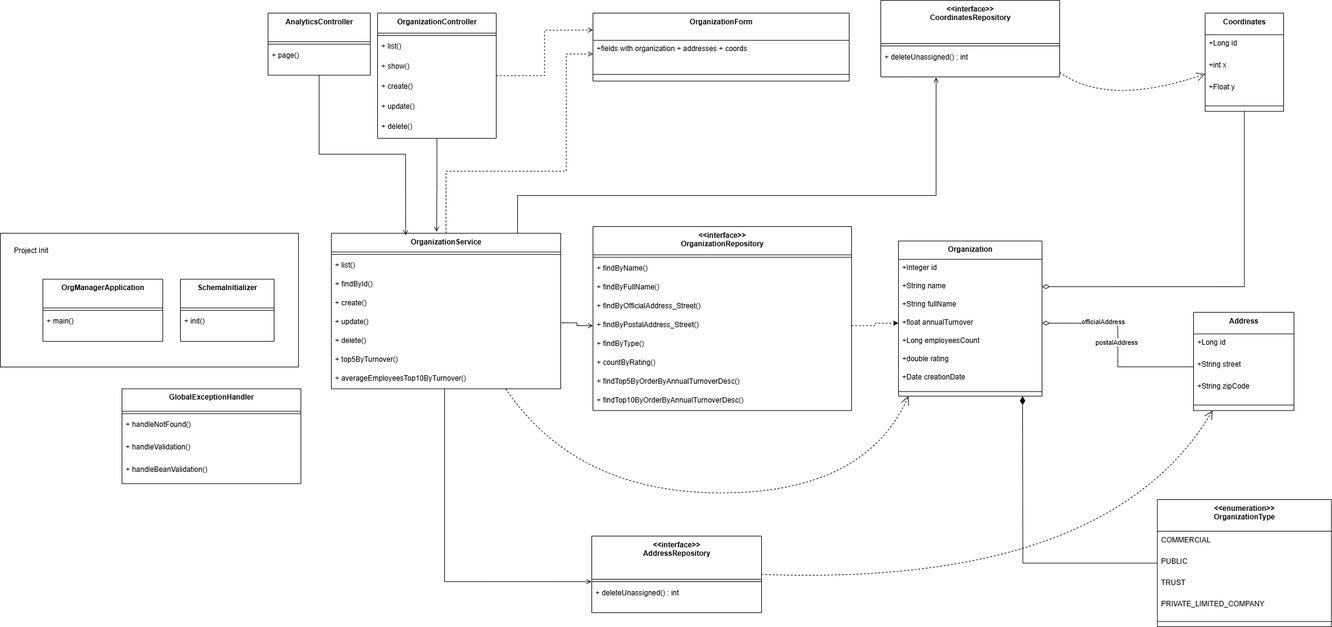
Earlier version of the draw.io export lab3/report/uml1.png (MrTheFall/study_is). Source tidied: cells renumbered, new cells last; positions are measured from the earlier drawing's top-left corner, leaving out a move shared by most shapes.
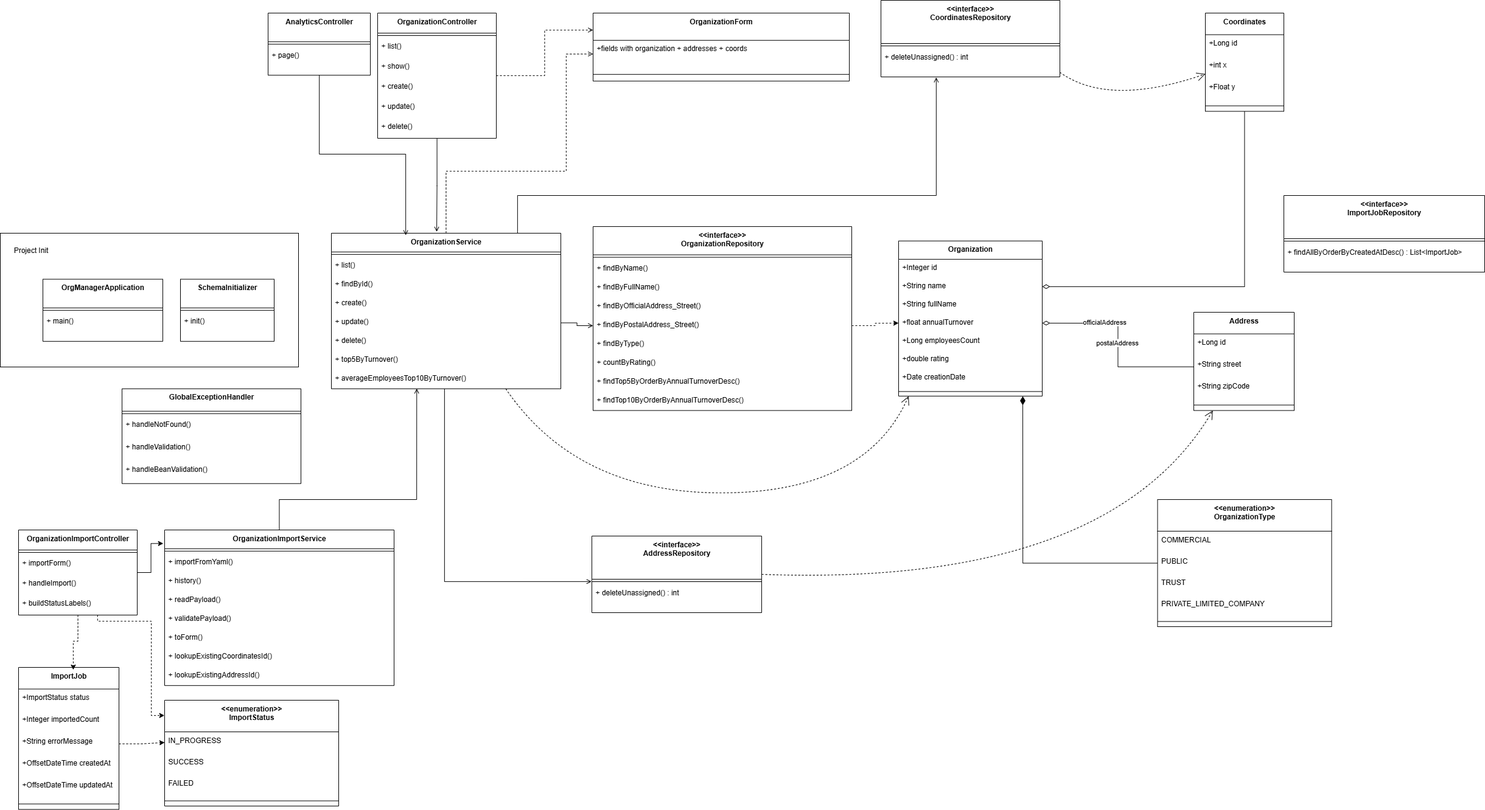
Above is the later version.

The edit, as a diff of the source:
```diff
@@ -308,5 +308,118 @@
     <mxCell id="93" value="postalAddress" style="edgeLabel;html=1;align=center;verticalAlign=middle;" parent="91" vertex="1">
       <mxGeometry x="0.03" y="3" relative="1" as="geometry" />
     </mxCell>
+    <mxCell id="94" value="&lt;&lt;interface&gt;&gt;&#10;ImportJobRepository" style="swimlane;fontStyle=1;align=center;verticalAlign=top;horizontal=1;startSize=71;" parent="1" vertex="1">
+      <mxGeometry x="2109" y="321" width="330" height="126" as="geometry" />
+    </mxCell>
+    <mxCell id="95" style="line;strokeWidth=1;fillColor=none;align=left;verticalAlign=middle;spacingTop=-1;spacingLeft=3;spacingRight=3;labelPosition=right;strokeColor=inherit;" parent="94" vertex="1">
+      <mxGeometry y="71" width="330" height="8" as="geometry" />
+    </mxCell>
+    <mxCell id="96" value="+ findAllByOrderByCreatedAtDesc() : List&lt;ImportJob&gt;" style="text;strokeColor=none;fillColor=none;align=left;verticalAlign=top;spacingLeft=4;spacingRight=4;overflow=hidden;" parent="94" vertex="1">
+      <mxGeometry y="79" width="330" height="47" as="geometry" />
+    </mxCell>
+    <mxCell id="97" value="OrganizationImportService" style="swimlane;fontStyle=1;align=center;verticalAlign=top;horizontal=1;startSize=30.823529411764707;" parent="1" vertex="1">
+      <mxGeometry x="270" y="871" width="377" height="255.8" as="geometry" />
+    </mxCell>
+    <mxCell id="98" style="line;strokeWidth=1;fillColor=none;align=left;verticalAlign=middle;spacingTop=-1;spacingLeft=3;spacingRight=3;labelPosition=right;strokeColor=inherit;" parent="97" vertex="1">
+      <mxGeometry y="30.8" width="377" height="8" as="geometry" />
+    </mxCell>
+    <mxCell id="99" value="+ importFromYaml()" style="text;strokeColor=none;fillColor=none;align=left;verticalAlign=top;spacingLeft=4;spacingRight=4;overflow=hidden;" parent="97" vertex="1">
+      <mxGeometry y="38.8" width="377" height="31" as="geometry" />
+    </mxCell>
+    <mxCell id="100" value="+ history()" style="text;strokeColor=none;fillColor=none;align=left;verticalAlign=top;spacingLeft=4;spacingRight=4;overflow=hidden;" parent="97" vertex="1">
+      <mxGeometry y="69.8" width="377" height="31" as="geometry" />
+    </mxCell>
+    <mxCell id="101" value="+ readPayload()" style="text;strokeColor=none;fillColor=none;align=left;verticalAlign=top;spacingLeft=4;spacingRight=4;overflow=hidden;" parent="97" vertex="1">
+      <mxGeometry y="100.8" width="377" height="31" as="geometry" />
+    </mxCell>
+    <mxCell id="102" value="+ validatePayload()" style="text;strokeColor=none;fillColor=none;align=left;verticalAlign=top;spacingLeft=4;spacingRight=4;overflow=hidden;" parent="97" vertex="1">
+      <mxGeometry y="131.8" width="377" height="31" as="geometry" />
+    </mxCell>
+    <mxCell id="103" value="+ toForm()" style="text;strokeColor=none;fillColor=none;align=left;verticalAlign=top;spacingLeft=4;spacingRight=4;overflow=hidden;" parent="97" vertex="1">
+      <mxGeometry y="162.8" width="377" height="31" as="geometry" />
+    </mxCell>
+    <mxCell id="104" value="+ lookupExistingCoordinatesId()" style="text;strokeColor=none;fillColor=none;align=left;verticalAlign=top;spacingLeft=4;spacingRight=4;overflow=hidden;" parent="97" vertex="1">
+      <mxGeometry y="193.8" width="377" height="31" as="geometry" />
+    </mxCell>
+    <mxCell id="105" value="+ lookupExistingAddressId()" style="text;strokeColor=none;fillColor=none;align=left;verticalAlign=top;spacingLeft=4;spacingRight=4;overflow=hidden;" parent="97" vertex="1">
+      <mxGeometry y="224.8" width="377" height="31" as="geometry" />
+    </mxCell>
+    <mxCell id="106" style="edgeStyle=orthogonalEdgeStyle;rounded=0;jettySize=auto;html=1;entryX=0.372;entryY=0.989;entryDx=0;entryDy=0;entryPerimeter=0;endArrow=open;endFill=0;" parent="1" edge="1" source="97" target="55">
+      <mxGeometry relative="1" as="geometry">
+        <Array as="points">
+          <mxPoint x="458" y="821" />
+          <mxPoint x="684" y="821" />
+        </Array>
+      </mxGeometry>
+    </mxCell>
+    <mxCell id="107" value="OrganizationImportController" style="swimlane;fontStyle=1;align=center;verticalAlign=top;horizontal=1;startSize=32.92307692307692;" parent="1" vertex="1">
+      <mxGeometry x="30" y="871" width="195" height="139.9" as="geometry" />
+    </mxCell>
+    <mxCell id="108" style="line;strokeWidth=1;fillColor=none;align=left;verticalAlign=middle;spacingTop=-1;spacingLeft=3;spacingRight=3;labelPosition=right;strokeColor=inherit;" parent="107" vertex="1">
+      <mxGeometry y="32.9" width="195" height="8" as="geometry" />
+    </mxCell>
+    <mxCell id="109" value="+ importForm()" style="text;strokeColor=none;fillColor=none;align=left;verticalAlign=top;spacingLeft=4;spacingRight=4;overflow=hidden;" parent="107" vertex="1">
+      <mxGeometry y="40.9" width="195" height="33" as="geometry" />
+    </mxCell>
+    <mxCell id="110" value="+ handleImport()" style="text;strokeColor=none;fillColor=none;align=left;verticalAlign=top;spacingLeft=4;spacingRight=4;overflow=hidden;" parent="107" vertex="1">
+      <mxGeometry y="73.9" width="195" height="33" as="geometry" />
+    </mxCell>
+    <mxCell id="111" value="+ buildStatusLabels()" style="text;strokeColor=none;fillColor=none;align=left;verticalAlign=top;spacingLeft=4;spacingRight=4;overflow=hidden;" parent="107" vertex="1">
+      <mxGeometry y="106.9" width="195" height="33" as="geometry" />
+    </mxCell>
+    <mxCell id="112" style="edgeStyle=orthogonalEdgeStyle;rounded=0;jettySize=auto;html=1;entryX=-0.006;entryY=0.087;entryDx=0;entryDy=0;entryPerimeter=0;" parent="1" edge="1" source="107" target="97">
+      <mxGeometry relative="1" as="geometry" />
+    </mxCell>
+    <mxCell id="113" value="ImportJob" style="swimlane;fontStyle=1;align=center;verticalAlign=top;horizontal=1;startSize=35.55555555555556;" parent="1" vertex="1">
+      <mxGeometry x="30" y="1097" width="165" height="233.6" as="geometry" />
+    </mxCell>
+    <mxCell id="114" value="+ImportStatus status" style="text;strokeColor=none;fillColor=none;align=left;verticalAlign=top;spacingLeft=4;spacingRight=4;overflow=hidden;" parent="113" vertex="1">
+      <mxGeometry y="35.6" width="165" height="36" as="geometry" />
+    </mxCell>
+    <mxCell id="115" value="+Integer importedCount" style="text;strokeColor=none;fillColor=none;align=left;verticalAlign=top;spacingLeft=4;spacingRight=4;overflow=hidden;" parent="113" vertex="1">
+      <mxGeometry y="71.6" width="165" height="36" as="geometry" />
+    </mxCell>
+    <mxCell id="116" value="+String errorMessage" style="text;strokeColor=none;fillColor=none;align=left;verticalAlign=top;spacingLeft=4;spacingRight=4;overflow=hidden;points=[[0,0.5],[1,0.5]];portConstraint=eastwest;" parent="113" vertex="1">
+      <mxGeometry y="107.6" width="165" height="36" as="geometry" />
+    </mxCell>
+    <mxCell id="117" value="+OffsetDateTime createdAt" style="text;strokeColor=none;fillColor=none;align=left;verticalAlign=top;spacingLeft=4;spacingRight=4;overflow=hidden;" parent="113" vertex="1">
+      <mxGeometry y="143.6" width="165" height="36" as="geometry" />
+    </mxCell>
+    <mxCell id="118" value="+OffsetDateTime updatedAt" style="text;strokeColor=none;fillColor=none;align=left;verticalAlign=top;spacingLeft=4;spacingRight=4;overflow=hidden;" parent="113" vertex="1">
+      <mxGeometry y="179.6" width="165" height="36" as="geometry" />
+    </mxCell>
+    <mxCell id="119" style="line;strokeWidth=1;fillColor=none;align=left;verticalAlign=middle;spacingTop=-1;spacingLeft=3;spacingRight=3;labelPosition=right;strokeColor=inherit;" parent="113" vertex="1">
+      <mxGeometry y="215.6" width="165" height="18" as="geometry" />
+    </mxCell>
+    <mxCell id="120" style="edgeStyle=orthogonalEdgeStyle;rounded=0;jettySize=auto;html=1;entryX=0.545;entryY=0.017;entryDx=0;entryDy=0;entryPerimeter=0;dashed=1;" parent="1" edge="1" source="107" target="113">
+      <mxGeometry relative="1" as="geometry" />
+    </mxCell>
+    <mxCell id="121" value="&lt;&lt;enumeration&gt;&gt;&#10;ImportStatus" style="swimlane;fontStyle=1;align=center;verticalAlign=top;horizontal=1;startSize=52;" parent="1" vertex="1">
+      <mxGeometry x="270" y="1151" width="286" height="174" as="geometry" />
+    </mxCell>
+    <mxCell id="122" value="IN_PROGRESS" style="text;strokeColor=none;fillColor=none;align=left;verticalAlign=top;spacingLeft=4;spacingRight=4;overflow=hidden;points=[[0,0.5],[1,0.5]];portConstraint=eastwest;" parent="121" vertex="1">
+      <mxGeometry y="52" width="286" height="35" as="geometry" />
+    </mxCell>
+    <mxCell id="123" value="SUCCESS" style="text;strokeColor=none;fillColor=none;align=left;verticalAlign=top;spacingLeft=4;spacingRight=4;overflow=hidden;" parent="121" vertex="1">
+      <mxGeometry y="87" width="286" height="35" as="geometry" />
+    </mxCell>
+    <mxCell id="124" value="FAILED" style="text;strokeColor=none;fillColor=none;align=left;verticalAlign=top;spacingLeft=4;spacingRight=4;overflow=hidden;" parent="121" vertex="1">
+      <mxGeometry y="122" width="286" height="35" as="geometry" />
+    </mxCell>
+    <mxCell id="125" style="line;strokeWidth=1;fillColor=none;align=left;verticalAlign=middle;spacingTop=-1;spacingLeft=3;spacingRight=3;labelPosition=right;strokeColor=inherit;" parent="121" vertex="1">
+      <mxGeometry y="157" width="286" height="17" as="geometry" />
+    </mxCell>
+    <mxCell id="126" style="edgeStyle=orthogonalEdgeStyle;rounded=0;jettySize=auto;html=1;entryX=0;entryY=0.5;entryDx=0;entryDy=0;dashed=1;" parent="1" edge="1" source="116" target="122">
+      <mxGeometry relative="1" as="geometry" />
+    </mxCell>
+    <mxCell id="127" style="edgeStyle=orthogonalEdgeStyle;rounded=0;jettySize=auto;html=1;entryX=-0.001;entryY=0.144;entryDx=0;entryDy=0;entryPerimeter=0;dashed=1;" parent="1" edge="1" source="107" target="121">
+      <mxGeometry relative="1" as="geometry">
+        <Array as="points">
+          <mxPoint x="160" y="1021" />
+          <mxPoint x="248" y="1021" />
+          <mxPoint x="248" y="1176" />
+        </Array>
+      </mxGeometry>
+    </mxCell>
   </root>
 </mxGraphModel>
```
